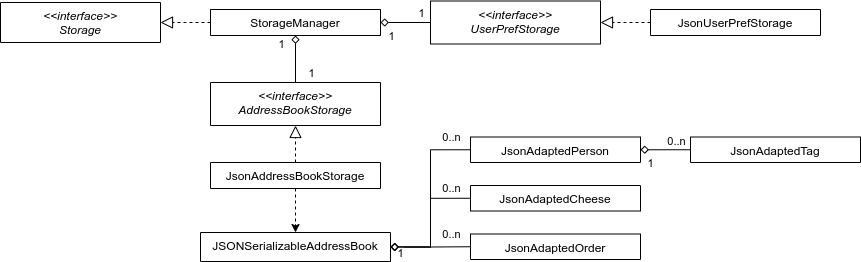
This is docs/images/StorageClassDiagram.png from nus-cs2103-AY2021S2/tp, a draw.io export, as it was before one commit. Source tidied: cells renumbered, new cells last; positions are measured from the earlier drawing's top-left corner, leaving out a move shared by most shapes.
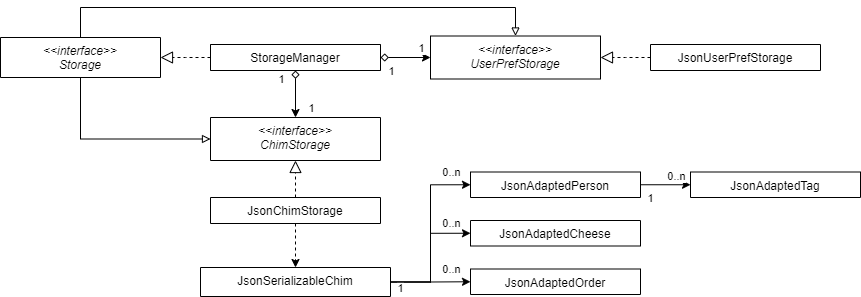
After the change.

Change to the diagram source:
```diff
@@ -2,6 +2,9 @@
   <root>
     <mxCell id="0" />
     <mxCell id="1" parent="0" />
+    <mxCell id="33" style="edgeStyle=orthogonalEdgeStyle;rounded=0;jettySize=auto;html=1;exitX=0.5;exitY=1;exitDx=0;exitDy=0;entryX=0;entryY=0.5;entryDx=0;entryDy=0;startArrow=none;startFill=0;endArrow=block;endFill=0;" parent="1" edge="1" source="2" target="15">
+      <mxGeometry relative="1" as="geometry" />
+    </mxCell>
     <mxCell id="2" value="&lt;&lt;interface&gt;&gt;&#10;Storage" style="swimlane;fontStyle=2;align=center;verticalAlign=top;horizontal=1;startSize=40;rounded=0;shadow=0;strokeWidth=1;" parent="1" vertex="1" collapsed="1">
       <mxGeometry y="2" width="160" height="40" as="geometry" />
     </mxCell>
@@ -11,7 +14,7 @@
     <mxCell id="4" style="endArrow=block;endSize=10;endFill=0;shadow=0;strokeWidth=1;rounded=0;edgeStyle=elbowEdgeStyle;elbow=vertical;dashed=1;" parent="1" edge="1" source="3" target="2">
       <mxGeometry relative="1" as="geometry" />
     </mxCell>
-    <mxCell id="5" style="edgeStyle=orthogonalEdgeStyle;rounded=0;jettySize=auto;html=1;entryX=0;entryY=0.5;entryDx=0;entryDy=0;startArrow=diamond;startFill=0;endArrow=none;endFill=0;" parent="1" edge="1" source="8" target="9">
+    <mxCell id="5" style="edgeStyle=orthogonalEdgeStyle;rounded=0;jettySize=auto;html=1;entryX=0;entryY=0.5;entryDx=0;entryDy=0;startArrow=diamond;startFill=0;endArrow=classic;endFill=1;" parent="1" edge="1" source="8" target="9">
       <mxGeometry relative="1" as="geometry" />
     </mxCell>
     <mxCell id="6" value="1" style="edgeLabel;html=1;align=center;verticalAlign=middle;" parent="5" vertex="1">
@@ -27,6 +30,14 @@
     <mxCell id="8" value="StorageManager" style="swimlane;fontStyle=0;align=center;verticalAlign=top;horizontal=1;startSize=26;rounded=0;shadow=0;strokeWidth=1;" parent="1" vertex="1" collapsed="1">
       <mxGeometry x="210" y="9" width="170" height="26" as="geometry" />
     </mxCell>
+    <mxCell id="34" style="edgeStyle=orthogonalEdgeStyle;rounded=0;jettySize=auto;html=1;exitX=0.5;exitY=0;exitDx=0;exitDy=0;entryX=0.5;entryY=0;entryDx=0;entryDy=0;startArrow=block;startFill=0;endArrow=none;endFill=0;" parent="1" edge="1" source="9" target="2">
+      <mxGeometry relative="1" as="geometry">
+        <Array as="points">
+          <mxPoint x="515" y="-28" />
+          <mxPoint x="80" y="-28" />
+        </Array>
+      </mxGeometry>
+    </mxCell>
     <mxCell id="9" value="&lt;&lt;interface&gt;&gt;&#10;UserPrefStorage" style="swimlane;fontStyle=2;align=center;verticalAlign=top;horizontal=1;startSize=43;rounded=0;shadow=0;strokeWidth=1;" parent="1" vertex="1" collapsed="1">
       <mxGeometry x="430" y="0.5" width="170" height="43" as="geometry" />
     </mxCell>
@@ -36,7 +47,7 @@
     <mxCell id="11" value="JsonUserPrefStorage" style="swimlane;fontStyle=0;align=center;verticalAlign=top;horizontal=1;startSize=26;rounded=0;shadow=0;strokeWidth=1;" parent="1" vertex="1" collapsed="1">
       <mxGeometry x="650" y="9" width="170" height="26" as="geometry" />
     </mxCell>
-    <mxCell id="12" style="edgeStyle=orthogonalEdgeStyle;rounded=0;jettySize=auto;html=1;entryX=0.5;entryY=0;entryDx=0;entryDy=0;startArrow=diamond;startFill=0;exitX=0.5;exitY=1;exitDx=0;exitDy=0;endArrow=none;endFill=0;" parent="1" edge="1" source="8" target="15">
+    <mxCell id="12" style="edgeStyle=orthogonalEdgeStyle;rounded=0;jettySize=auto;html=1;entryX=0.5;entryY=0;entryDx=0;entryDy=0;startArrow=diamond;startFill=0;exitX=0.5;exitY=1;exitDx=0;exitDy=0;endArrow=classic;endFill=1;" parent="1" edge="1" source="8" target="15">
       <mxGeometry relative="1" as="geometry" />
     </mxCell>
     <mxCell id="13" value="1" style="edgeLabel;html=1;align=center;verticalAlign=middle;" parent="12" vertex="1">
@@ -49,22 +60,22 @@
         <mxPoint x="15" y="6.4" as="offset" />
       </mxGeometry>
     </mxCell>
-    <mxCell id="15" value="&lt;&lt;interface&gt;&gt;&#10;AddressBookStorage" style="swimlane;fontStyle=2;align=center;verticalAlign=top;horizontal=1;startSize=43;rounded=0;shadow=0;strokeWidth=1;" parent="1" vertex="1" collapsed="1">
+    <mxCell id="15" value="&lt;&lt;interface&gt;&gt;&#10;ChimStorage" style="swimlane;fontStyle=2;align=center;verticalAlign=top;horizontal=1;startSize=43;rounded=0;shadow=0;strokeWidth=1;" parent="1" vertex="1" collapsed="1">
       <mxGeometry x="210" y="82" width="170" height="43" as="geometry" />
     </mxCell>
     <mxCell id="16" style="endArrow=block;endSize=10;endFill=0;shadow=0;strokeWidth=1;rounded=0;edgeStyle=elbowEdgeStyle;elbow=vertical;dashed=1;entryX=0.5;entryY=1;entryDx=0;entryDy=0;exitX=0.5;exitY=0;exitDx=0;exitDy=0;" parent="1" edge="1" source="17" target="15">
       <mxGeometry relative="1" as="geometry" />
     </mxCell>
-    <mxCell id="17" value="JsonAddressBookStorage" style="swimlane;fontStyle=0;align=center;verticalAlign=top;horizontal=1;startSize=26;rounded=0;shadow=0;strokeWidth=1;" parent="1" vertex="1" collapsed="1">
+    <mxCell id="17" value="JsonChimStorage" style="swimlane;fontStyle=0;align=center;verticalAlign=top;horizontal=1;startSize=26;rounded=0;shadow=0;strokeWidth=1;" parent="1" vertex="1" collapsed="1">
       <mxGeometry x="210" y="162" width="170" height="26" as="geometry" />
     </mxCell>
     <mxCell id="18" style="edgeStyle=orthogonalEdgeStyle;rounded=0;jettySize=auto;html=1;entryX=0.5;entryY=0;entryDx=0;entryDy=0;dashed=1;startArrow=none;startFill=0;exitX=0.5;exitY=1;exitDx=0;exitDy=0;" parent="1" edge="1" source="17" target="19">
       <mxGeometry relative="1" as="geometry" />
     </mxCell>
-    <mxCell id="19" value="JSONSerializableAddressBook" style="swimlane;fontStyle=0;align=center;verticalAlign=top;horizontal=1;startSize=43;rounded=0;shadow=0;strokeWidth=1;" parent="1" vertex="1" collapsed="1">
+    <mxCell id="19" value="JsonSerializableChim" style="swimlane;fontStyle=0;align=center;verticalAlign=top;horizontal=1;startSize=43;rounded=0;shadow=0;strokeWidth=1;" parent="1" vertex="1" collapsed="1">
       <mxGeometry x="200" y="232" width="190" height="29" as="geometry" />
     </mxCell>
-    <mxCell id="20" value="1" style="edgeStyle=orthogonalEdgeStyle;rounded=0;jettySize=auto;html=1;entryX=0;entryY=0.5;entryDx=0;entryDy=0;startArrow=diamond;startFill=0;exitX=1;exitY=0.5;exitDx=0;exitDy=0;endArrow=none;endFill=0;" parent="1" edge="1" source="19" target="22">
+    <mxCell id="20" value="1" style="edgeStyle=orthogonalEdgeStyle;rounded=0;jettySize=auto;html=1;entryX=0;entryY=0.5;entryDx=0;entryDy=0;startArrow=none;startFill=0;exitX=1;exitY=0.5;exitDx=0;exitDy=0;endArrow=classic;endFill=1;" parent="1" edge="1" source="19" target="22">
       <mxGeometry x="-0.89" y="-6" relative="1" as="geometry" />
     </mxCell>
     <mxCell id="21" value="0..n" style="edgeLabel;html=1;align=center;verticalAlign=middle;" parent="20" vertex="1">
@@ -78,7 +89,7 @@
     <mxCell id="23" value="JsonAdaptedCheese" style="swimlane;fontStyle=0;align=center;verticalAlign=top;horizontal=1;startSize=43;rounded=0;shadow=0;strokeWidth=1;" parent="1" vertex="1" collapsed="1">
       <mxGeometry x="470" y="185" width="170" height="25.5" as="geometry" />
     </mxCell>
-    <mxCell id="24" style="edgeStyle=orthogonalEdgeStyle;rounded=0;jettySize=auto;html=1;entryX=0;entryY=0.5;entryDx=0;entryDy=0;startArrow=diamond;startFill=0;exitX=1;exitY=0.5;exitDx=0;exitDy=0;endArrow=none;endFill=0;" parent="1" edge="1" source="19" target="23">
+    <mxCell id="24" style="edgeStyle=orthogonalEdgeStyle;rounded=0;jettySize=auto;html=1;entryX=0;entryY=0.5;entryDx=0;entryDy=0;startArrow=none;startFill=0;exitX=1;exitY=0.5;exitDx=0;exitDy=0;endArrow=classic;endFill=1;" parent="1" edge="1" source="19" target="23">
       <mxGeometry relative="1" as="geometry" />
     </mxCell>
     <mxCell id="25" value="0..n" style="edgeLabel;html=1;align=center;verticalAlign=middle;" parent="24" vertex="1">
@@ -89,7 +100,7 @@
     <mxCell id="26" value="JsonAdaptedOrder" style="swimlane;fontStyle=0;align=center;verticalAlign=top;horizontal=1;startSize=43;rounded=0;shadow=0;strokeWidth=1;" parent="1" vertex="1" collapsed="1">
       <mxGeometry x="470" y="233.5" width="170" height="25.5" as="geometry" />
     </mxCell>
-    <mxCell id="27" style="edgeStyle=orthogonalEdgeStyle;rounded=0;jettySize=auto;html=1;entryX=0;entryY=0.5;entryDx=0;entryDy=0;startArrow=diamond;startFill=0;exitX=1;exitY=0.5;exitDx=0;exitDy=0;endArrow=none;endFill=0;" parent="1" edge="1" source="19" target="26">
+    <mxCell id="27" style="edgeStyle=orthogonalEdgeStyle;rounded=0;jettySize=auto;html=1;entryX=0;entryY=0.5;entryDx=0;entryDy=0;startArrow=none;startFill=0;exitX=1;exitY=0.5;exitDx=0;exitDy=0;endArrow=classic;endFill=1;" parent="1" edge="1" source="19" target="26">
       <mxGeometry relative="1" as="geometry" />
     </mxCell>
     <mxCell id="28" value="0..n" style="edgeLabel;html=1;align=center;verticalAlign=middle;" parent="27" vertex="1">
@@ -100,7 +111,7 @@
     <mxCell id="29" value="JsonAdaptedTag" style="swimlane;fontStyle=0;align=center;verticalAlign=top;horizontal=1;startSize=43;rounded=0;shadow=0;strokeWidth=1;" parent="1" vertex="1" collapsed="1">
       <mxGeometry x="690" y="136.5" width="170" height="25.5" as="geometry" />
     </mxCell>
-    <mxCell id="30" style="edgeStyle=orthogonalEdgeStyle;rounded=0;jettySize=auto;html=1;entryX=0;entryY=0.5;entryDx=0;entryDy=0;startArrow=diamond;startFill=0;exitX=1;exitY=0.5;exitDx=0;exitDy=0;endArrow=none;endFill=0;" parent="1" edge="1" source="22" target="29">
+    <mxCell id="30" style="edgeStyle=orthogonalEdgeStyle;rounded=0;jettySize=auto;html=1;entryX=0;entryY=0.5;entryDx=0;entryDy=0;startArrow=none;startFill=0;exitX=1;exitY=0.5;exitDx=0;exitDy=0;endArrow=classic;endFill=1;" parent="1" edge="1" source="22" target="29">
       <mxGeometry relative="1" as="geometry" />
     </mxCell>
     <mxCell id="31" value="1" style="edgeLabel;html=1;align=center;verticalAlign=middle;" parent="30" vertex="1">
```
